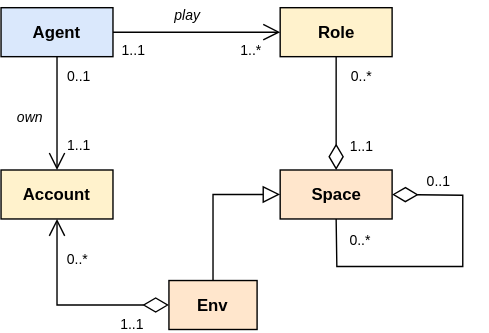
The draw.io diagram docs/diagrams/base_model.drawio.svg in MalcomChumchouaPenda/MC-AB-SFC2, before a commit. Source tidied: cells renumbered, new cells last; positions are measured from the earlier drawing's top-left corner, leaving out a move shared by most shapes.
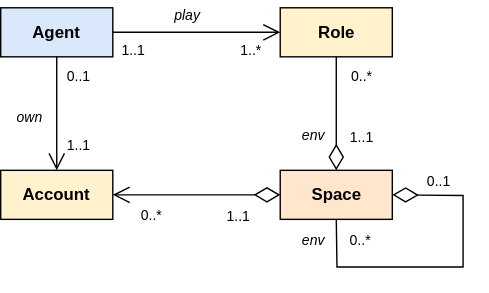
Above is the later version.

Diff of the diagram source:
```diff
@@ -14,12 +14,9 @@
     <mxCell id="5" value="&lt;b&gt;Role&lt;/b&gt;" style="html=1;whiteSpace=wrap;fillColor=#fff2cc;strokeColor=#000000;" parent="1" vertex="1">
       <mxGeometry x="199.5" y="5" width="80" height="35" as="geometry" />
     </mxCell>
-    <mxCell id="6" style="edgeStyle=orthogonalEdgeStyle;html=1;entryX=0.5;entryY=1;entryDx=0;entryDy=0;rounded=0;strokeColor=#000000;endArrow=open;endFill=0;startArrow=diamondThin;startFill=0;endSize=10;startSize=16;exitX=0;exitY=0.5;exitDx=0;exitDy=0;" parent="1" edge="1" source="24" target="9">
+    <mxCell id="6" style="edgeStyle=orthogonalEdgeStyle;html=1;entryX=1;entryY=0.5;entryDx=0;entryDy=0;rounded=0;strokeColor=#000000;endArrow=open;endFill=0;startArrow=diamondThin;startFill=0;endSize=10;startSize=16;exitX=0;exitY=0.5;exitDx=0;exitDy=0;" parent="1" edge="1" source="8" target="9">
       <mxGeometry relative="1" as="geometry" />
     </mxCell>
-    <mxCell id="7" style="edgeStyle=orthogonalEdgeStyle;html=1;entryX=0.5;entryY=0;entryDx=0;entryDy=0;exitX=0;exitY=0.5;exitDx=0;exitDy=0;rounded=0;curved=0;startArrow=block;startFill=0;endArrow=none;endFill=0;endSize=10;startSize=10;" parent="1" edge="1" source="8" target="24">
-      <mxGeometry relative="1" as="geometry" />
-    </mxCell>
     <mxCell id="8" value="&lt;b&gt;Space&lt;/b&gt;" style="html=1;whiteSpace=wrap;fillColor=#ffe6cc;strokeColor=#000000;" parent="1" vertex="1">
       <mxGeometry x="199.5" y="121" width="80" height="35" as="geometry" />
     </mxCell>
@@ -66,16 +63,19 @@
       <mxGeometry x="45.5" y="95" width="20" height="15" as="geometry" />
     </mxCell>
     <mxCell id="21" value="1..1" style="text;html=1;align=center;verticalAlign=middle;whiteSpace=wrap;rounded=0;fontSize=10;strokeColor=none;fontStyle=0;" parent="1" vertex="1">
-      <mxGeometry x="84" y="223" width="20" height="15" as="geometry" />
+      <mxGeometry x="160" y="146" width="20" height="15" as="geometry" />
     </mxCell>
     <mxCell id="22" value="0..*" style="text;html=1;align=center;verticalAlign=middle;whiteSpace=wrap;rounded=0;fontSize=10;strokeColor=none;fontStyle=0;" parent="1" vertex="1">
-      <mxGeometry x="44.5" y="177" width="20" height="15" as="geometry" />
+      <mxGeometry x="97.5" y="145" width="20" height="15" as="geometry" />
     </mxCell>
     <mxCell id="23" value="1..1" style="text;html=1;align=center;verticalAlign=middle;whiteSpace=wrap;rounded=0;fontSize=10;strokeColor=none;fontStyle=0;" parent="1" vertex="1">
-      <mxGeometry x="247.5" y="96" width="20" height="15" as="geometry" />
+      <mxGeometry x="247.5" y="89" width="20" height="15" as="geometry" />
     </mxCell>
-    <mxCell id="24" value="&lt;b&gt;Env&lt;/b&gt;" style="html=1;whiteSpace=wrap;fillColor=#ffe6cc;strokeColor=#000000;" parent="1" vertex="1">
-      <mxGeometry x="120" y="200" width="63" height="35" as="geometry" />
-    </mxCell>
+    <mxCell id="7" value="env" style="text;html=1;align=center;verticalAlign=middle;whiteSpace=wrap;rounded=0;fontSize=10;strokeColor=none;fontStyle=2;" parent="1" vertex="1">
+      <mxGeometry x="210" y="85.5" width="27" height="20" as="geometry" />
+    </mxCell>
+    <mxCell id="25" value="env" style="text;html=1;align=center;verticalAlign=middle;whiteSpace=wrap;rounded=0;fontSize=10;strokeColor=none;fontStyle=2;" parent="1" vertex="1">
+      <mxGeometry x="210" y="161" width="27" height="20" as="geometry" />
+    </mxCell>
   </root>
 </mxGraphModel>
```
